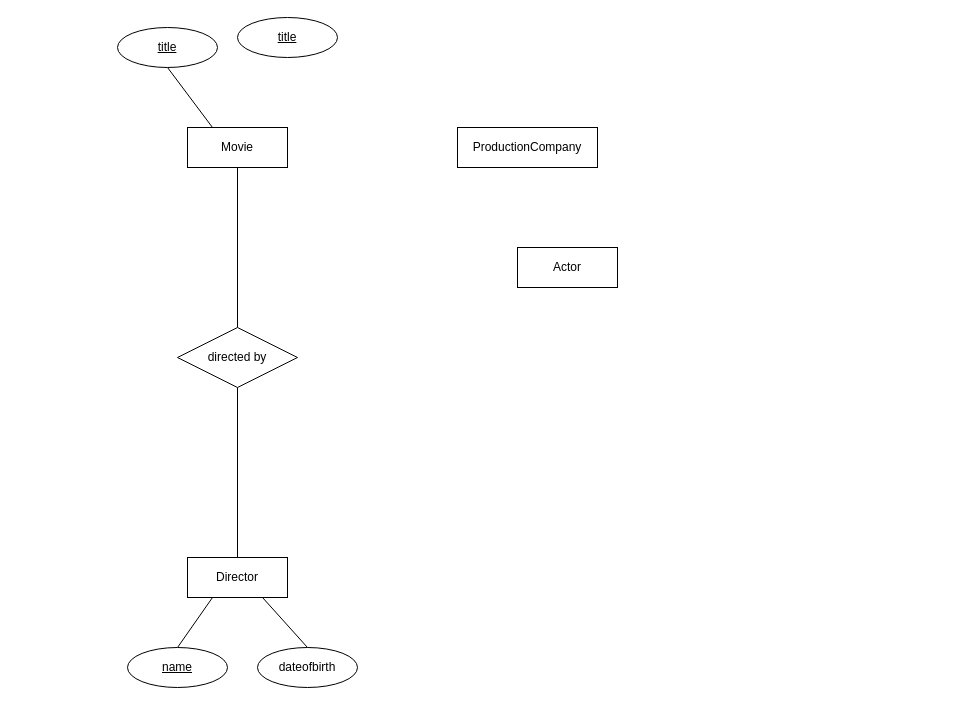
Above: Untitled Diagram.drawio in genmancoder/systems-diagrams (draw.io), before the change. Source tidied: cells renumbered, new cells numbered last; positions are measured from the earlier drawing's top-left corner, leaving out a move shared by most shapes. Both pictures are drawn from the tidied source at 100%, with x=0, y=0 at pixel (117, 17).
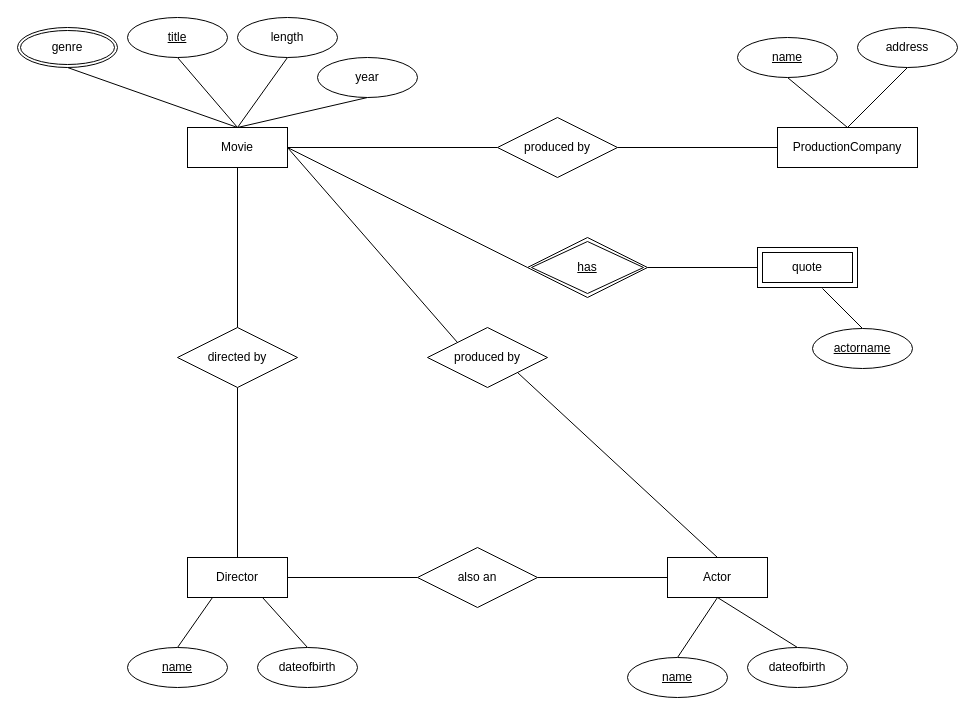
The same diagram, later.

The change refers to these unchanged cells:
```xml
<mxCell id="3" value="Movie" style="whiteSpace=wrap;html=1;align=center;" parent="1" vertex="1">
  <mxGeometry x="70" y="110" width="100" height="40" as="geometry" />
</mxCell>
<mxCell id="7" value="Director" style="whiteSpace=wrap;html=1;align=center;" parent="1" vertex="1">
  <mxGeometry x="70" y="540" width="100" height="40" as="geometry" />
</mxCell>
```

Diff of the diagram source:
```diff
@@
+    <mxCell id="16" style="edgeStyle=none;rounded=0;jettySize=auto;html=1;exitX=0.5;exitY=0;exitDx=0;exitDy=0;entryX=0.5;entryY=1;entryDx=0;entryDy=0;endArrow=none;endFill=0;" parent="1" edge="1" source="3" target="15">
+      <mxGeometry relative="1" as="geometry" />
+    </mxCell>
+    <mxCell id="17" style="edgeStyle=none;rounded=0;jettySize=auto;html=1;exitX=0.5;exitY=0;exitDx=0;exitDy=0;entryX=0.5;entryY=1;entryDx=0;entryDy=0;endArrow=none;endFill=0;" parent="1" edge="1" source="3" target="23">
+      <mxGeometry relative="1" as="geometry" />
+    </mxCell>
+    <mxCell id="18" style="edgeStyle=none;rounded=0;jettySize=auto;html=1;exitX=1;exitY=0.5;exitDx=0;exitDy=0;entryX=0;entryY=0.5;entryDx=0;entryDy=0;endArrow=none;endFill=0;" parent="1" edge="1" source="3" target="27">
+      <mxGeometry relative="1" as="geometry" />
+    </mxCell>
+    <mxCell id="19" style="edgeStyle=none;rounded=0;jettySize=auto;html=1;exitX=1;exitY=0.5;exitDx=0;exitDy=0;entryX=0;entryY=0;entryDx=0;entryDy=0;endArrow=none;endFill=0;" parent="1" edge="1" source="3" target="33">
+      <mxGeometry relative="1" as="geometry" />
+    </mxCell>
+    <mxCell id="20" style="edgeStyle=none;rounded=0;jettySize=auto;html=1;exitX=1;exitY=0.5;exitDx=0;exitDy=0;entryX=0;entryY=0.5;entryDx=0;entryDy=0;endArrow=none;endFill=0;" parent="1" edge="1" source="3" target="41">
+      <mxGeometry relative="1" as="geometry" />
+    </mxCell>
@@
+    <mxCell id="21" style="edgeStyle=none;rounded=0;jettySize=auto;html=1;exitX=0.5;exitY=1;exitDx=0;exitDy=0;entryX=0.5;entryY=0;entryDx=0;entryDy=0;endArrow=none;endFill=0;" parent="1" edge="1" source="4" target="36">
+      <mxGeometry relative="1" as="geometry" />
+    </mxCell>
     <mxCell id="4" value="Actor" style="whiteSpace=wrap;html=1;align=center;" parent="1" vertex="1">
-      <mxGeometry x="400" y="230" width="100" height="40" as="geometry" />
+      <mxGeometry x="550" y="540" width="100" height="40" as="geometry" />
     </mxCell>
@@
+    <mxCell id="22" style="edgeStyle=none;rounded=0;jettySize=auto;html=1;exitX=1;exitY=0.5;exitDx=0;exitDy=0;entryX=0;entryY=0.5;entryDx=0;entryDy=0;endArrow=none;endFill=0;" parent="1" edge="1" source="7" target="43">
+      <mxGeometry relative="1" as="geometry" />
+    </mxCell>
@@
     <mxCell id="8" value="ProductionCompany" style="whiteSpace=wrap;html=1;align=center;" parent="1" vertex="1">
-      <mxGeometry x="340" y="110" width="140" height="40" as="geometry" />
+      <mxGeometry x="660" y="110" width="140" height="40" as="geometry" />
     </mxCell>
@@
-    <mxCell id="13" style="edgeStyle=none;rounded=0;jettySize=auto;html=1;exitX=0.5;exitY=1;exitDx=0;exitDy=0;entryX=0.25;entryY=0;entryDx=0;entryDy=0;endArrow=none;endFill=0;" parent="1" edge="1" source="14" target="3">
+    <mxCell id="13" style="edgeStyle=none;rounded=0;jettySize=auto;html=1;exitX=0.5;exitY=1;exitDx=0;exitDy=0;entryX=0.5;entryY=0;entryDx=0;entryDy=0;endArrow=none;endFill=0;" parent="1" edge="1" source="14" target="3">
       <mxGeometry relative="1" as="geometry" />
     </mxCell>
     <mxCell id="14" value="&lt;u&gt;title&lt;/u&gt;" style="ellipse;whiteSpace=wrap;html=1;align=center;" parent="1" vertex="1">
-      <mxGeometry y="10" width="100" height="40" as="geometry" />
+      <mxGeometry x="10" width="100" height="40" as="geometry" />
     </mxCell>
-    <mxCell id="15" value="&lt;u&gt;title&lt;/u&gt;" style="ellipse;whiteSpace=wrap;html=1;align=center;" parent="1" vertex="1">
+    <mxCell id="15" value="length" style="ellipse;whiteSpace=wrap;html=1;align=center;" parent="1" vertex="1">
       <mxGeometry x="120" width="100" height="40" as="geometry" />
     </mxCell>
+    <mxCell id="23" value="year" style="ellipse;whiteSpace=wrap;html=1;align=center;" parent="1" vertex="1">
+      <mxGeometry x="200" y="40" width="100" height="40" as="geometry" />
+    </mxCell>
+    <mxCell id="24" style="edgeStyle=none;rounded=0;jettySize=auto;html=1;exitX=0.5;exitY=1;exitDx=0;exitDy=0;entryX=0.5;entryY=0;entryDx=0;entryDy=0;endArrow=none;endFill=0;" parent="1" edge="1" source="25" target="3">
+      <mxGeometry relative="1" as="geometry" />
+    </mxCell>
+    <mxCell id="25" value="genre" style="ellipse;shape=doubleEllipse;margin=3;whiteSpace=wrap;html=1;align=center;" parent="1" vertex="1">
+      <mxGeometry x="-100" y="10" width="100" height="40" as="geometry" />
+    </mxCell>
+    <mxCell id="26" style="edgeStyle=none;rounded=0;jettySize=auto;html=1;exitX=1;exitY=0.5;exitDx=0;exitDy=0;entryX=0;entryY=0.5;entryDx=0;entryDy=0;endArrow=none;endFill=0;" parent="1" edge="1" source="27" target="8">
+      <mxGeometry relative="1" as="geometry" />
+    </mxCell>
+    <mxCell id="27" value="produced by" style="shape=rhombus;perimeter=rhombusPerimeter;whiteSpace=wrap;html=1;align=center;" parent="1" vertex="1">
+      <mxGeometry x="380" y="100" width="120" height="60" as="geometry" />
+    </mxCell>
+    <mxCell id="28" style="edgeStyle=none;rounded=0;jettySize=auto;html=1;exitX=0.5;exitY=1;exitDx=0;exitDy=0;entryX=0.5;entryY=0;entryDx=0;entryDy=0;endArrow=none;endFill=0;" parent="1" edge="1" source="29" target="8">
+      <mxGeometry relative="1" as="geometry" />
+    </mxCell>
+    <mxCell id="29" value="&lt;u&gt;name&lt;/u&gt;" style="ellipse;whiteSpace=wrap;html=1;align=center;" parent="1" vertex="1">
+      <mxGeometry x="620" y="20" width="100" height="40" as="geometry" />
+    </mxCell>
+    <mxCell id="30" style="edgeStyle=none;rounded=0;jettySize=auto;html=1;exitX=0.5;exitY=1;exitDx=0;exitDy=0;entryX=0.5;entryY=0;entryDx=0;entryDy=0;endArrow=none;endFill=0;" parent="1" edge="1" source="31" target="8">
+      <mxGeometry relative="1" as="geometry" />
+    </mxCell>
+    <mxCell id="31" value="address" style="ellipse;whiteSpace=wrap;html=1;align=center;" parent="1" vertex="1">
+      <mxGeometry x="740" y="10" width="100" height="40" as="geometry" />
+    </mxCell>
+    <mxCell id="32" style="edgeStyle=none;rounded=0;jettySize=auto;html=1;exitX=1;exitY=1;exitDx=0;exitDy=0;entryX=0.5;entryY=0;entryDx=0;entryDy=0;endArrow=none;endFill=0;" parent="1" edge="1" source="33" target="4">
+      <mxGeometry relative="1" as="geometry" />
+    </mxCell>
+    <mxCell id="33" value="produced by" style="shape=rhombus;perimeter=rhombusPerimeter;whiteSpace=wrap;html=1;align=center;" parent="1" vertex="1">
+      <mxGeometry x="310" y="310" width="120" height="60" as="geometry" />
+    </mxCell>
+    <mxCell id="34" style="edgeStyle=none;rounded=0;jettySize=auto;html=1;exitX=0.5;exitY=0;exitDx=0;exitDy=0;endArrow=none;endFill=0;" parent="1" edge="1" source="35">
+      <mxGeometry relative="1" as="geometry">
+        <mxPoint x="600" y="580" as="targetPoint" />
+      </mxGeometry>
+    </mxCell>
+    <mxCell id="35" value="dateofbirth" style="ellipse;whiteSpace=wrap;html=1;align=center;" parent="1" vertex="1">
+      <mxGeometry x="630" y="630" width="100" height="40" as="geometry" />
+    </mxCell>
+    <mxCell id="36" value="&lt;u&gt;name&lt;/u&gt;" style="ellipse;whiteSpace=wrap;html=1;align=center;" parent="1" vertex="1">
+      <mxGeometry x="510" y="640" width="100" height="40" as="geometry" />
+    </mxCell>
+    <mxCell id="37" style="edgeStyle=none;rounded=0;jettySize=auto;html=1;exitX=0.5;exitY=0;exitDx=0;exitDy=0;entryX=0.5;entryY=1;entryDx=0;entryDy=0;endArrow=none;endFill=0;" parent="1" edge="1" source="38">
+      <mxGeometry relative="1" as="geometry">
+        <mxPoint x="705" y="271" as="targetPoint" />
+      </mxGeometry>
+    </mxCell>
+    <mxCell id="38" value="&lt;u&gt;actorname&lt;/u&gt;" style="ellipse;whiteSpace=wrap;html=1;align=center;" parent="1" vertex="1">
+      <mxGeometry x="695" y="311" width="100" height="40" as="geometry" />
+    </mxCell>
+    <mxCell id="39" style="edgeStyle=none;rounded=0;jettySize=auto;html=1;exitX=0;exitY=0.5;exitDx=0;exitDy=0;entryX=1;entryY=0.5;entryDx=0;entryDy=0;endArrow=none;endFill=0;" parent="1" edge="1" source="40">
+      <mxGeometry relative="1" as="geometry">
+        <mxPoint x="530" y="250" as="targetPoint" />
+      </mxGeometry>
+    </mxCell>
+    <mxCell id="40" value="quote" style="shape=ext;margin=3;double=1;whiteSpace=wrap;html=1;align=center;" parent="1" vertex="1">
+      <mxGeometry x="640" y="230" width="100" height="40" as="geometry" />
+    </mxCell>
+    <mxCell id="41" value="&lt;u&gt;has&lt;/u&gt;" style="shape=rhombus;double=1;perimeter=rhombusPerimeter;whiteSpace=wrap;html=1;align=center;" parent="1" vertex="1">
+      <mxGeometry x="410" y="220" width="120" height="60" as="geometry" />
+    </mxCell>
+    <mxCell id="42" style="edgeStyle=none;rounded=0;jettySize=auto;html=1;exitX=1;exitY=0.5;exitDx=0;exitDy=0;entryX=0;entryY=0.5;entryDx=0;entryDy=0;endArrow=none;endFill=0;" parent="1" edge="1" source="43" target="4">
+      <mxGeometry relative="1" as="geometry" />
+    </mxCell>
+    <mxCell id="43" value="also an" style="shape=rhombus;perimeter=rhombusPerimeter;whiteSpace=wrap;html=1;align=center;" parent="1" vertex="1">
+      <mxGeometry x="300" y="530" width="120" height="60" as="geometry" />
+    </mxCell>
```
